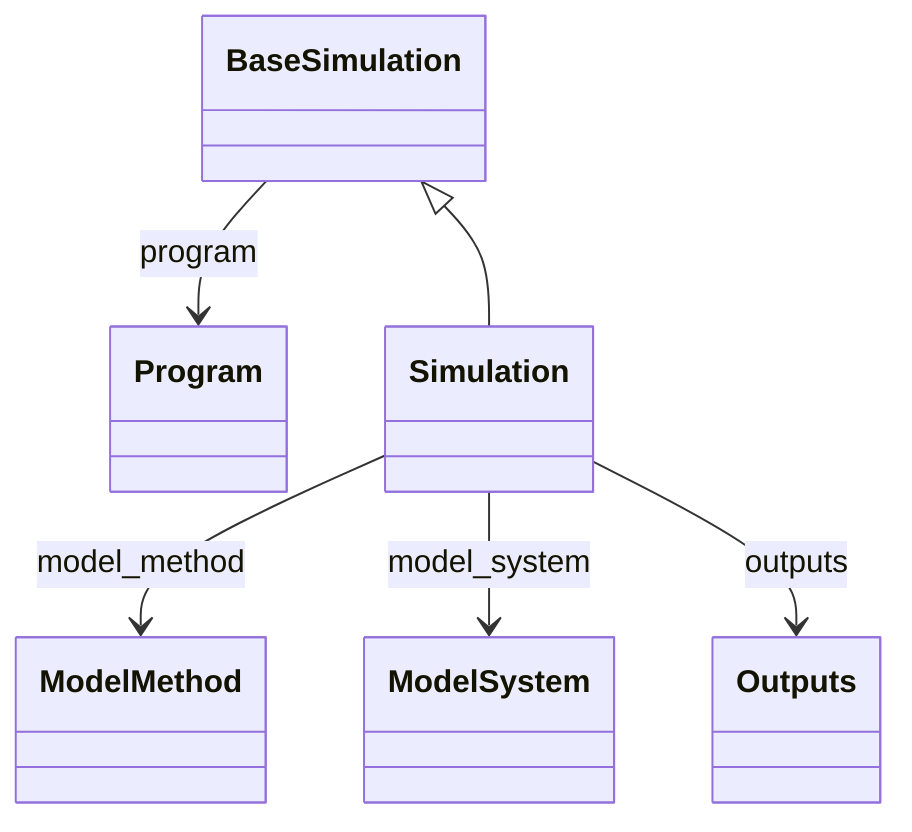
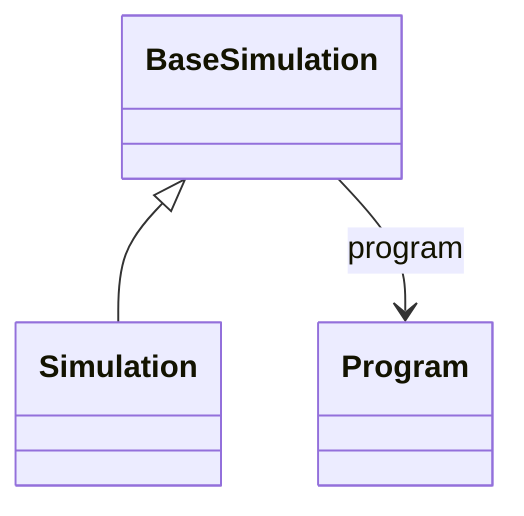
classDiagram
    class BaseSimulation
-     class ModelMethod
-     class ModelSystem
-     class Outputs
    class Program
    class Simulation
    BaseSimulation <|-- Simulation
    BaseSimulation --> Program : program
-     Simulation --> ModelMethod : model_method
-     Simulation --> ModelSystem : model_system
-     Simulation --> Outputs : outputs
